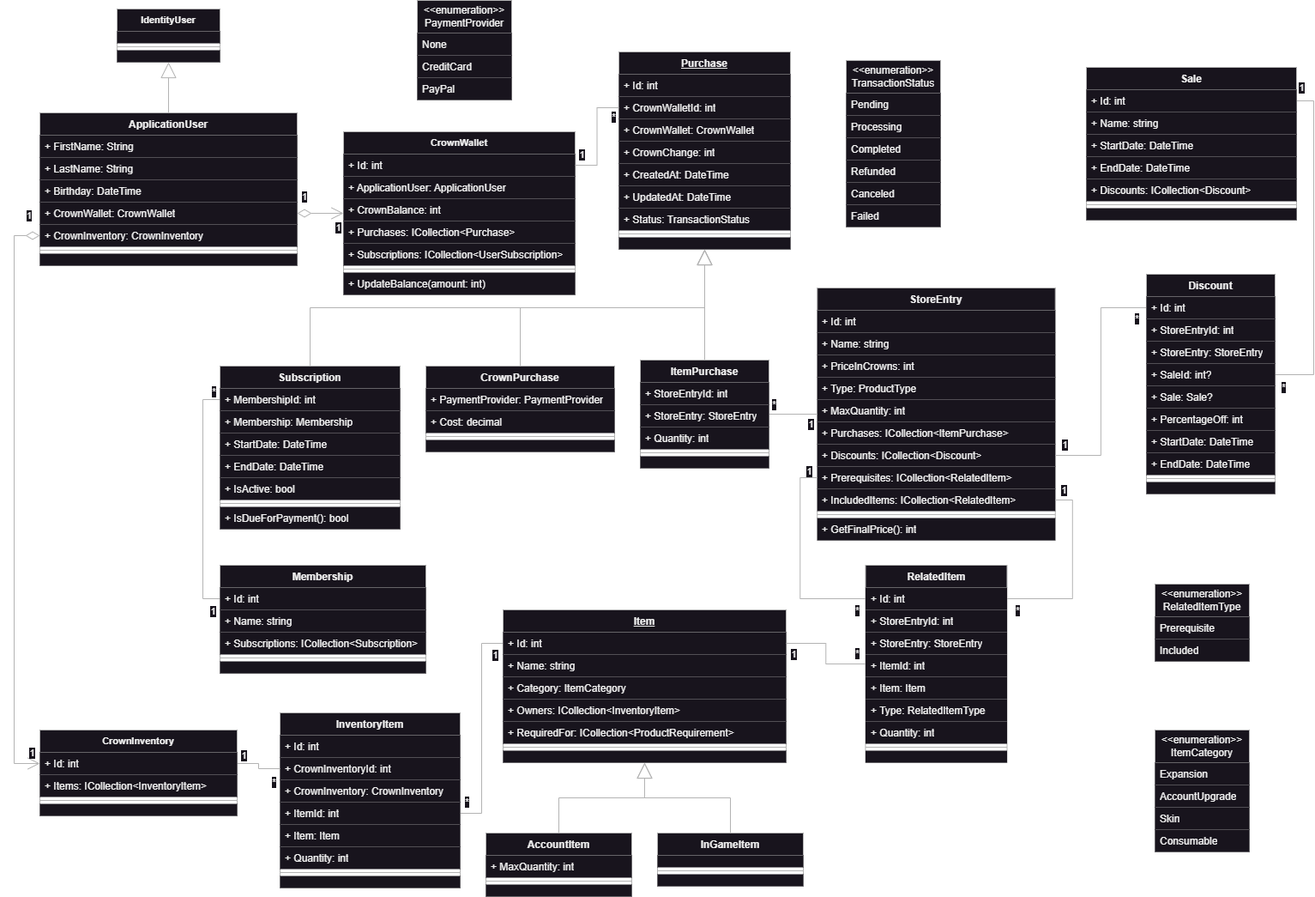
The draw.io diagram ClassDiagram.png in rpeixe/AspNetCore-MvcStore, before a commit. Source tidied: cells renumbered, new cells last; positions are measured from the earlier drawing's top-left corner, leaving out a move shared by most shapes.
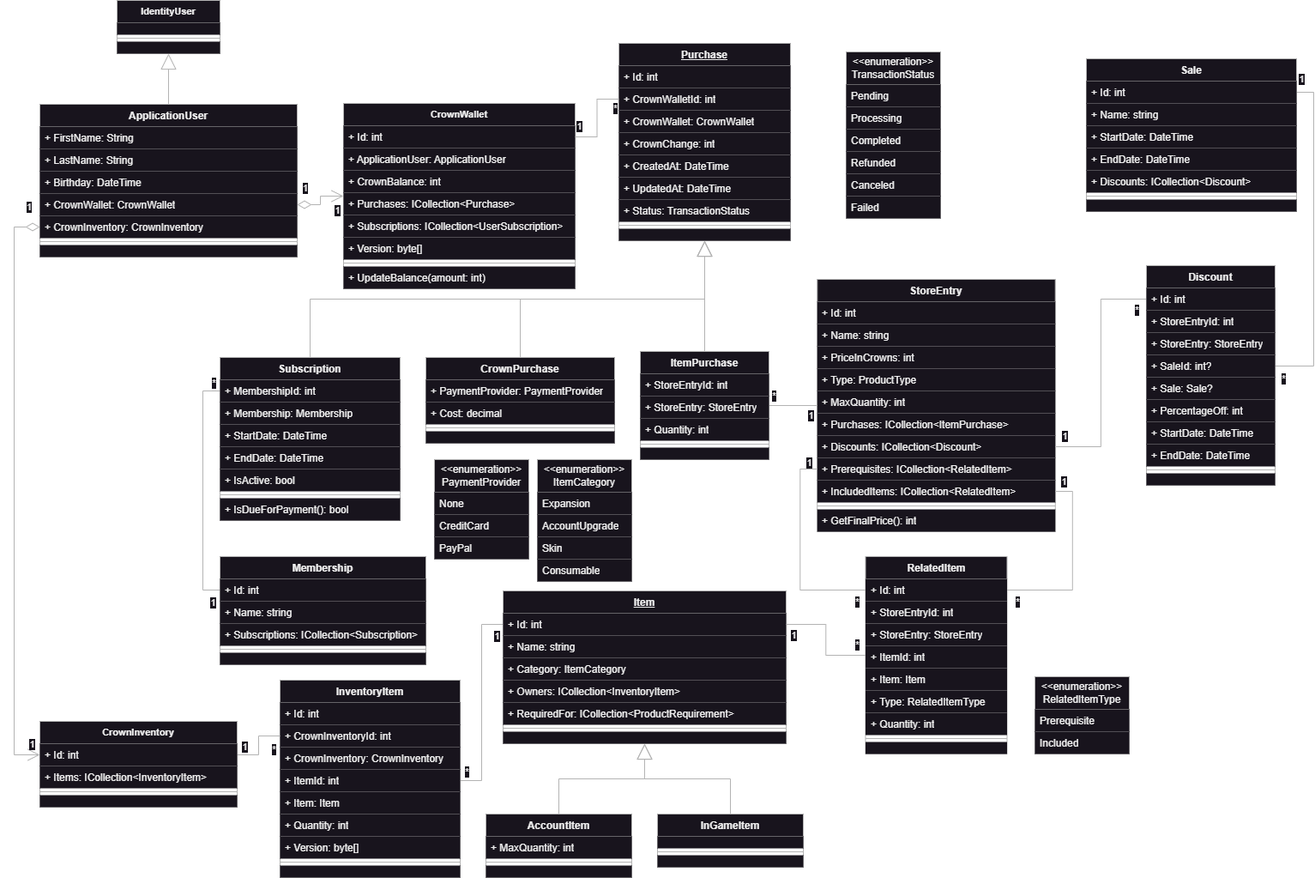
Above is the later version.

Commit message:
Added row version for concurrency check

The edit, as a diff of the source:
```diff
@@ -195,7 +195,7 @@
       <mxGeometry y="242" width="150" height="14" as="geometry" />
     </mxCell>
     <mxCell id="62" value="AccountItem" style="swimlane;fontStyle=1;align=center;verticalAlign=top;horizontal=1;startSize=26;whiteSpace=wrap;html=1;fillColor=default;strokeColor=#B3B3B3;" parent="1" vertex="1">
-      <mxGeometry x="550" y="970" width="170" height="74" as="geometry" />
+      <mxGeometry x="550" y="958" width="170" height="74" as="geometry" />
     </mxCell>
     <mxCell id="63" value="+ MaxQuantity: int" style="text;strokeColor=none;fillColor=default;align=left;verticalAlign=top;spacingLeft=4;spacingRight=4;overflow=hidden;whiteSpace=wrap;html=1;" parent="62" vertex="1">
       <mxGeometry y="26" width="170" height="26" as="geometry" />
@@ -220,7 +220,7 @@
       </mxGeometry>
     </mxCell>
     <mxCell id="69" value="InventoryItem" style="swimlane;fontStyle=1;align=center;verticalAlign=top;horizontal=1;startSize=26;whiteSpace=wrap;html=1;fillColor=default;strokeColor=#B3B3B3;" parent="1" vertex="1">
-      <mxGeometry x="310" y="830" width="210" height="204" as="geometry" />
+      <mxGeometry x="310" y="802" width="210" height="230" as="geometry" />
     </mxCell>
     <mxCell id="70" value="+ Id: int" style="text;strokeColor=none;fillColor=default;align=left;verticalAlign=top;spacingLeft=4;spacingRight=4;overflow=hidden;whiteSpace=wrap;html=1;" parent="69" vertex="1">
       <mxGeometry y="26" width="210" height="26" as="geometry" />
@@ -240,11 +240,14 @@
     <mxCell id="75" value="+ Quantity: int" style="text;strokeColor=none;fillColor=default;align=left;verticalAlign=top;spacingLeft=4;spacingRight=4;overflow=hidden;whiteSpace=wrap;html=1;" parent="69" vertex="1">
       <mxGeometry y="156" width="210" height="26" as="geometry" />
     </mxCell>
+    <mxCell id="188" value="+ Version: byte[]" style="text;strokeColor=none;fillColor=default;align=left;verticalAlign=top;spacingLeft=4;spacingRight=4;overflow=hidden;whiteSpace=wrap;html=1;" parent="69" vertex="1">
+      <mxGeometry y="182" width="210" height="26" as="geometry" />
+    </mxCell>
     <mxCell id="76" style="line;strokeWidth=1;fillColor=default;align=left;verticalAlign=middle;spacingTop=-1;spacingLeft=3;spacingRight=3;labelPosition=right;strokeColor=inherit;" parent="69" vertex="1">
-      <mxGeometry y="182" width="210" height="8" as="geometry" />
+      <mxGeometry y="208" width="210" height="8" as="geometry" />
     </mxCell>
     <mxCell id="77" style="text;strokeColor=none;fillColor=default;align=left;verticalAlign=middle;spacingTop=-1;spacingLeft=4;spacingRight=4;labelPosition=right;" parent="69" vertex="1">
-      <mxGeometry y="190" width="210" height="14" as="geometry" />
+      <mxGeometry y="216" width="210" height="14" as="geometry" />
     </mxCell>
     <mxCell id="78" value="IdentityUser" style="swimlane;fontStyle=1;align=center;verticalAlign=top;horizontal=1;startSize=26;whiteSpace=wrap;html=1;fontFamily=Helvetica;fontSize=11;fontColor=default;labelBackgroundColor=default;fillColor=default;strokeColor=#B3B3B3;" parent="1" vertex="1">
       <mxGeometry x="120" y="10" width="120" height="62" as="geometry" />
@@ -350,7 +353,7 @@
       <mxGeometry relative="1" as="geometry" />
     </mxCell>
     <mxCell id="111" value="&lt;div&gt;InGameItem&lt;/div&gt;" style="swimlane;fontStyle=1;align=center;verticalAlign=top;horizontal=1;startSize=26;whiteSpace=wrap;html=1;fillColor=default;strokeColor=#B3B3B3;" parent="1" vertex="1">
-      <mxGeometry x="750" y="970" width="170" height="62" as="geometry" />
+      <mxGeometry x="750" y="958" width="170" height="62" as="geometry" />
     </mxCell>
     <mxCell id="112" style="text;strokeColor=none;fillColor=default;align=left;verticalAlign=middle;spacingTop=-1;spacingLeft=4;spacingRight=4;labelPosition=right;" parent="111" vertex="1">
       <mxGeometry y="26" width="170" height="14" as="geometry" />
@@ -416,7 +419,7 @@
       <mxGeometry y="168" width="110" height="26" as="geometry" />
     </mxCell>
     <mxCell id="133" value="&lt;div&gt;&amp;lt;&amp;lt;enumeration&amp;gt;&amp;gt;&lt;/div&gt;PaymentProvider" style="swimlane;fontStyle=0;horizontal=1;startSize=38;fillColor=default;whiteSpace=wrap;html=1;swimlaneLine=1;strokeColor=#B3B3B3;" parent="1" vertex="1">
-      <mxGeometry x="470" width="110" height="116" as="geometry" />
+      <mxGeometry x="490" y="545" width="110" height="116" as="geometry" />
     </mxCell>
     <mxCell id="134" value="None" style="text;strokeColor=none;fillColor=default;align=left;verticalAlign=top;spacingLeft=4;spacingRight=4;overflow=hidden;whiteSpace=wrap;html=1;" parent="133" vertex="1">
       <mxGeometry y="38" width="110" height="26" as="geometry" />
@@ -434,7 +437,7 @@
       <mxGeometry relative="1" as="geometry" />
     </mxCell>
     <mxCell id="139" value="CrownWallet" style="swimlane;fontStyle=1;align=center;verticalAlign=top;horizontal=1;startSize=26;whiteSpace=wrap;html=1;fontFamily=Helvetica;fontSize=11;fontColor=default;labelBackgroundColor=default;fillColor=default;strokeColor=#B3B3B3;" parent="1" vertex="1">
-      <mxGeometry x="384" y="153" width="270" height="190" as="geometry" />
+      <mxGeometry x="384" y="130" width="270" height="216" as="geometry" />
     </mxCell>
     <mxCell id="140" value="+ Id: int" style="text;strokeColor=none;fillColor=default;align=left;verticalAlign=top;spacingLeft=4;spacingRight=4;overflow=hidden;points=[[0,0.5],[1,0.5]];portConstraint=eastwest;whiteSpace=wrap;html=1;" parent="139" vertex="1">
       <mxGeometry y="26" width="270" height="26" as="geometry" />
@@ -451,11 +454,14 @@
     <mxCell id="144" value="+ Subscriptions: ICollection&amp;lt;UserSubscription&amp;gt;" style="text;strokeColor=none;fillColor=default;align=left;verticalAlign=top;spacingLeft=4;spacingRight=4;overflow=hidden;whiteSpace=wrap;html=1;" parent="139" vertex="1">
       <mxGeometry y="130" width="270" height="26" as="geometry" />
     </mxCell>
+    <mxCell id="189" value="+ Version: byte[]" style="text;strokeColor=none;fillColor=default;align=left;verticalAlign=top;spacingLeft=4;spacingRight=4;overflow=hidden;whiteSpace=wrap;html=1;" parent="139" vertex="1">
+      <mxGeometry y="156" width="270" height="26" as="geometry" />
+    </mxCell>
     <mxCell id="145" style="line;strokeWidth=1;fillColor=default;align=left;verticalAlign=middle;spacingTop=-1;spacingLeft=3;spacingRight=3;labelPosition=right;strokeColor=inherit;fontFamily=Helvetica;fontSize=11;fontColor=default;labelBackgroundColor=default;" parent="139" vertex="1">
-      <mxGeometry y="156" width="270" height="8" as="geometry" />
+      <mxGeometry y="182" width="270" height="8" as="geometry" />
     </mxCell>
     <mxCell id="146" value="+ UpdateBalance(amount: int)" style="text;strokeColor=none;fillColor=default;align=left;verticalAlign=top;spacingLeft=4;spacingRight=4;overflow=hidden;whiteSpace=wrap;html=1;" parent="139" vertex="1">
-      <mxGeometry y="164" width="270" height="26" as="geometry" />
+      <mxGeometry y="190" width="270" height="26" as="geometry" />
     </mxCell>
     <mxCell id="147" style="edgeStyle=orthogonalEdgeStyle;shape=connector;rounded=0;jettySize=auto;html=1;strokeColor=#B3B3B3;align=center;verticalAlign=middle;fontFamily=Helvetica;fontSize=11;fontColor=default;labelBackgroundColor=default;endArrow=none;entryX=0;entryY=0.5;entryDx=0;entryDy=0;exitX=1;exitY=0.5;exitDx=0;exitDy=0;" parent="1" edge="1" source="140" target="118">
       <mxGeometry relative="1" as="geometry" />
@@ -471,7 +477,7 @@
       </mxGeometry>
     </mxCell>
     <mxCell id="150" value="&lt;u&gt;Item&lt;/u&gt;" style="swimlane;fontStyle=1;align=center;verticalAlign=top;horizontal=1;startSize=26;whiteSpace=wrap;html=1;fillColor=default;strokeColor=#B3B3B3;" parent="1" vertex="1">
-      <mxGeometry x="570" y="710" width="330" height="178" as="geometry" />
+      <mxGeometry x="570" y="698" width="330" height="178" as="geometry" />
     </mxCell>
     <mxCell id="151" value="+ Id: int" style="text;strokeColor=none;fillColor=default;align=left;verticalAlign=top;spacingLeft=4;spacingRight=4;overflow=hidden;points=[[0,0.5],[1,0.5]];portConstraint=eastwest;whiteSpace=wrap;html=1;" parent="150" vertex="1">
       <mxGeometry y="26" width="330" height="26" as="geometry" />
@@ -495,7 +501,7 @@
       <mxGeometry y="164" width="330" height="14" as="geometry" />
     </mxCell>
     <mxCell id="158" value="&lt;div&gt;&amp;lt;&amp;lt;enumeration&amp;gt;&amp;gt;&lt;/div&gt;ItemCategory" style="swimlane;fontStyle=0;horizontal=1;startSize=38;fillColor=default;whiteSpace=wrap;html=1;swimlaneLine=1;strokeColor=#B3B3B3;" parent="1" vertex="1">
-      <mxGeometry x="1330" y="850" width="110" height="142" as="geometry" />
+      <mxGeometry x="610" y="545" width="110" height="142" as="geometry" />
     </mxCell>
     <mxCell id="159" value="Expansion" style="text;strokeColor=none;fillColor=default;align=left;verticalAlign=top;spacingLeft=4;spacingRight=4;overflow=hidden;whiteSpace=wrap;html=1;" parent="158" vertex="1">
       <mxGeometry y="38" width="110" height="26" as="geometry" />
@@ -598,7 +604,7 @@
       </mxGeometry>
     </mxCell>
     <mxCell id="184" value="&lt;div&gt;&amp;lt;&amp;lt;enumeration&amp;gt;&amp;gt;&lt;/div&gt;RelatedItemType" style="swimlane;fontStyle=0;horizontal=1;startSize=38;fillColor=default;whiteSpace=wrap;html=1;swimlaneLine=1;strokeColor=#B3B3B3;" parent="1" vertex="1">
-      <mxGeometry x="1330" y="680" width="110" height="90" as="geometry" />
+      <mxGeometry x="1190" y="798" width="110" height="90" as="geometry" />
     </mxCell>
     <mxCell id="185" value="Prerequisite" style="text;strokeColor=none;fillColor=default;align=left;verticalAlign=top;spacingLeft=4;spacingRight=4;overflow=hidden;whiteSpace=wrap;html=1;" parent="184" vertex="1">
       <mxGeometry y="38" width="110" height="26" as="geometry" />
```
